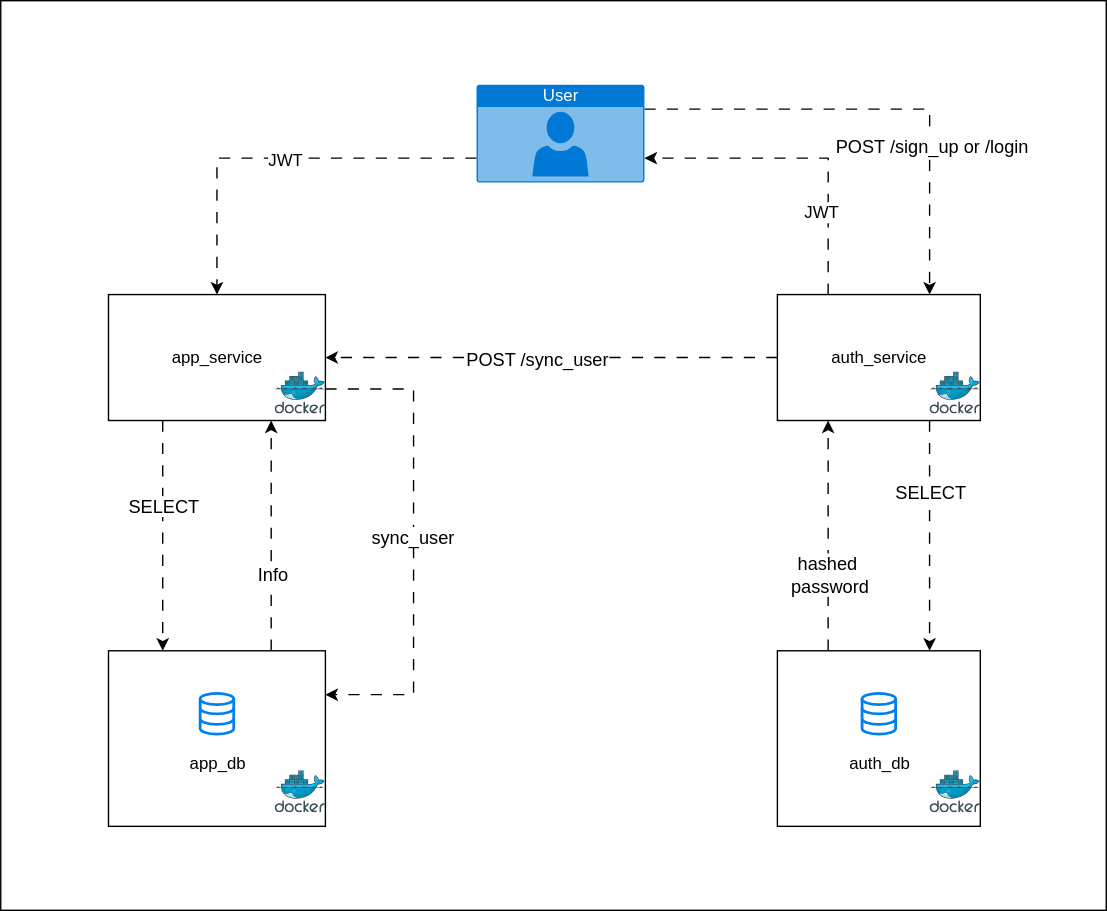
This is docs/jwt_system.drawio.svg from mfatihp/jwt-authentication, a draw.io export, as it was before one commit. Source tidied: cells renumbered, new cells last; positions are measured from the earlier drawing's top-left corner, leaving out a move shared by most shapes.
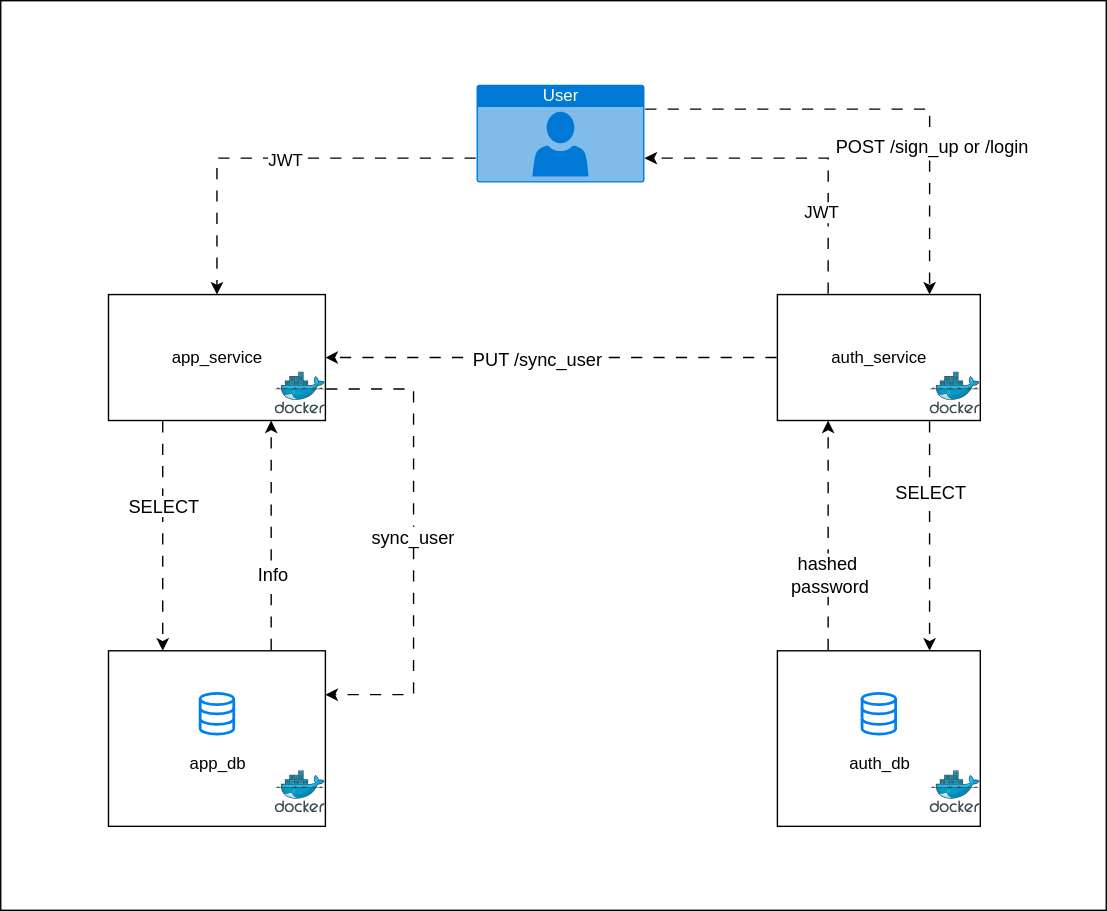
Above is the later version.

Commit message:
docs: fix method of sync_user

The edit, as a diff of the source:
```diff
@@ -40,7 +40,7 @@
     <mxCell id="10" style="edgeStyle=orthogonalEdgeStyle;rounded=0;jettySize=auto;html=1;exitX=0;exitY=0.5;exitDx=0;exitDy=0;flowAnimation=1;entryX=1;entryY=0.5;entryDx=0;entryDy=0;strokeColor=light-dark(#000000,#FFA500);" parent="1" edge="1" source="12" target="7">
       <mxGeometry relative="1" as="geometry" />
     </mxCell>
-    <mxCell id="11" value="&lt;font style=&quot;font-size: 13px;&quot;&gt;POST /sync_user&lt;/font&gt;" style="edgeLabel;html=1;align=center;verticalAlign=middle;" parent="10" vertex="1">
+    <mxCell id="11" value="&lt;font style=&quot;font-size: 13px;&quot;&gt;PUT /sync_user&lt;/font&gt;" style="edgeLabel;html=1;align=center;verticalAlign=middle;" parent="10" vertex="1">
       <mxGeometry relative="1" as="geometry">
         <mxPoint x="-11" as="offset" />
       </mxGeometry>
```
